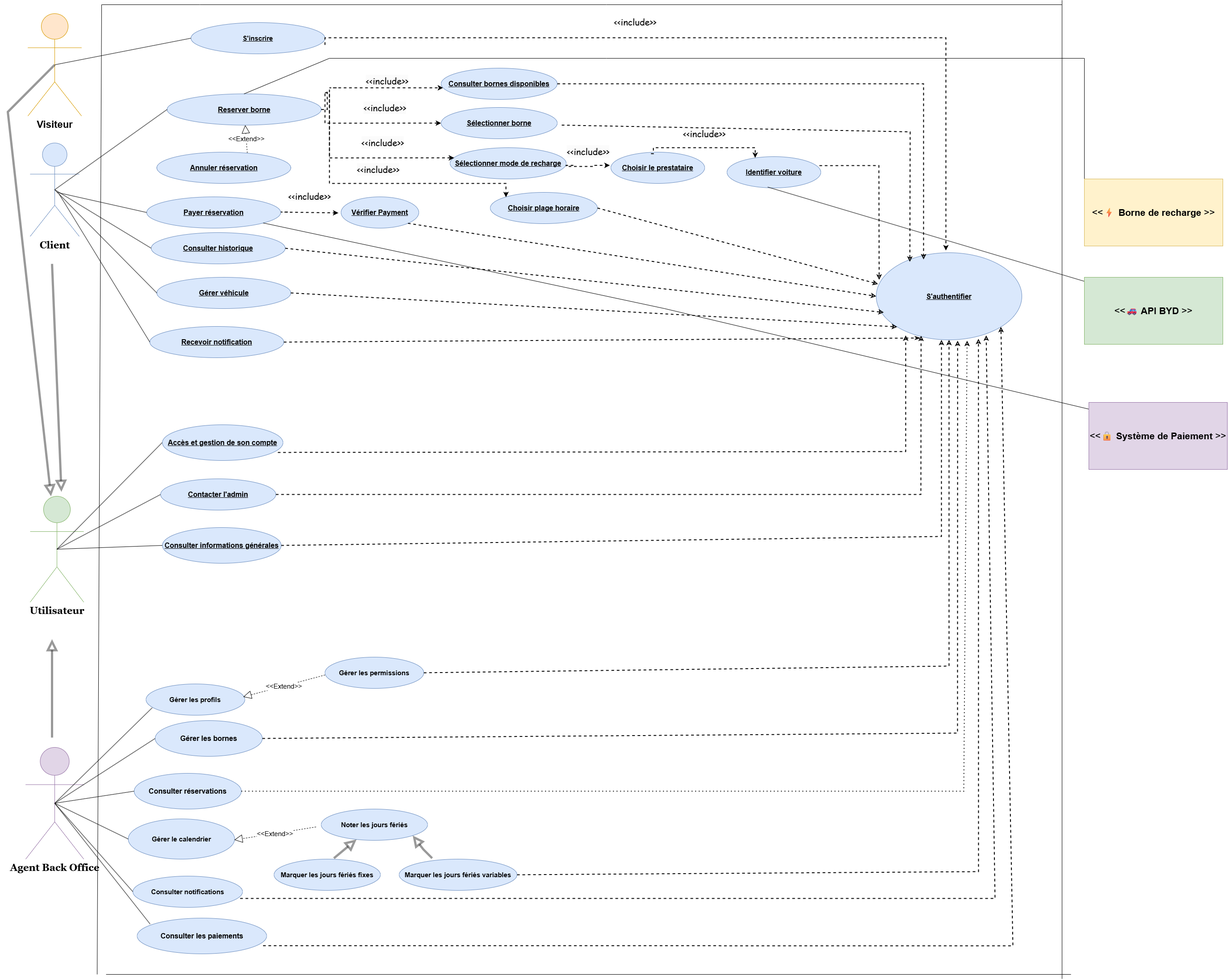
achreffakraoui/Projet-uml keeps this draw.io diagram as use case finale .drawio.png. Above is the earlier version. Source tidied: cells renumbered, new cells last; positions are measured from the earlier drawing's top-left corner, leaving out a move shared by most shapes.
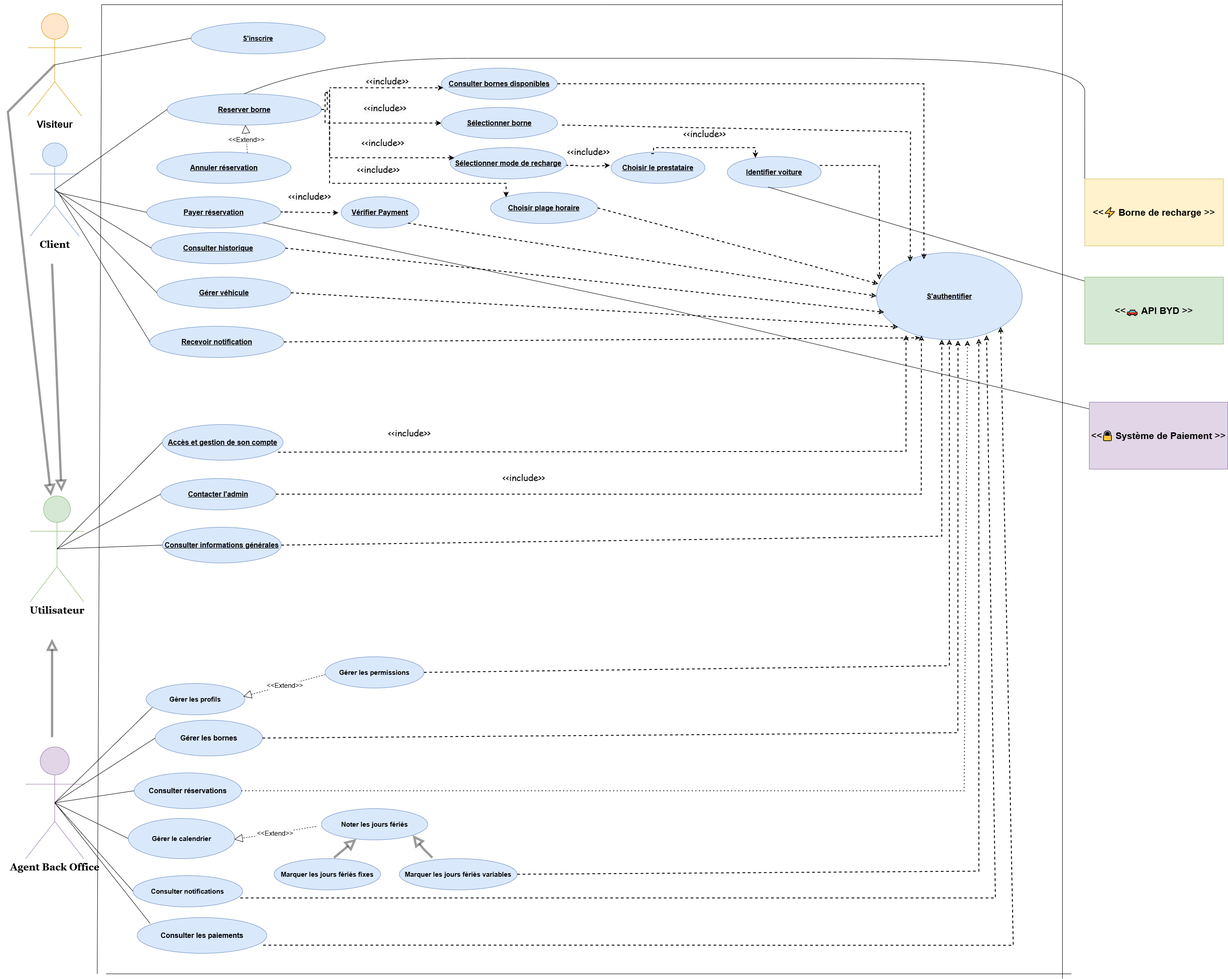
The same diagram one commit later.

Commit message:
Mettre à jour use case finale .drawio.png

Diff of the diagram source:
```diff
@@ -144,7 +144,7 @@
       </mxGeometry>
     </mxCell>
     <mxCell id="39" value="&lt;span style=&quot;color: rgb(0, 0, 0); font-style: normal; font-variant-ligatures: normal; font-variant-caps: normal; font-weight: 400; letter-spacing: normal; orphans: 2; text-indent: 0px; text-transform: none; widows: 2; word-spacing: 0px; -webkit-text-stroke-width: 0px; background-color: rgb(251, 251, 251); text-decoration-thickness: initial; text-decoration-style: initial; text-decoration-color: initial; float: none; display: inline !important;&quot;&gt;&lt;font style=&quot;font-size: 20px;&quot; face=&quot;Comic Sans MS&quot;&gt;&amp;lt;&amp;lt;include&amp;gt;&amp;gt;&lt;/font&gt;&lt;/span&gt;" style="text;whiteSpace=wrap;html=1;align=center;" parent="1" vertex="1">
-      <mxGeometry x="1340" y="30" width="130" height="50" as="geometry" />
+      <mxGeometry x="1090" y="1050" width="130" height="50" as="geometry" />
     </mxCell>
     <mxCell id="40" value="&lt;b&gt;&lt;font style=&quot;font-size: 16px;&quot;&gt;Consulter les paiements&lt;/font&gt;&lt;/b&gt;" style="ellipse;whiteSpace=wrap;html=1;fillColor=#dae8fc;strokeColor=#6c8ebf;" parent="1" vertex="1">
       <mxGeometry x="289.5" y="2054" width="290" height="80" as="geometry" />
@@ -322,7 +322,7 @@
     <mxCell id="76" value="&lt;font face=&quot;Helvetica&quot; style=&quot;font-size: 16px;&quot;&gt;&lt;b style=&quot;&quot;&gt;Vérifier Payment&lt;/b&gt;&lt;/font&gt;" style="ellipse;whiteSpace=wrap;html=1;align=center;fontStyle=4;fillColor=#dae8fc;strokeColor=#6c8ebf;" parent="1" vertex="1">
       <mxGeometry x="746" y="440" width="174" height="70" as="geometry" />
     </mxCell>
-    <mxCell id="77" style="endArrow=none;html=1;rounded=0;exitX=0;exitY=0.5;exitDx=0;exitDy=0;" parent="1" edge="1" target="21">
+    <mxCell id="77" style="endArrow=none;html=1;rounded=1;exitX=0;exitY=0.5;exitDx=0;exitDy=0;curved=0;" parent="1" edge="1" target="21">
       <mxGeometry relative="1" as="geometry">
         <mxPoint x="2420" y="915" as="sourcePoint" />
         <Array as="points">
@@ -330,33 +330,25 @@
         </Array>
       </mxGeometry>
     </mxCell>
-    <mxCell id="78" style="endArrow=none;html=1;rounded=0;exitX=0.434;exitY=0.973;exitDx=0;exitDy=0;exitPerimeter=0;" parent="1" edge="1" source="57">
+    <mxCell id="78" style="endArrow=none;html=1;rounded=0;exitX=0.434;exitY=0.973;exitDx=0;exitDy=0;exitPerimeter=0;curved=1;" parent="1" edge="1" source="57">
       <mxGeometry relative="1" as="geometry">
         <mxPoint x="2410" y="629" as="targetPoint" />
       </mxGeometry>
     </mxCell>
-    <mxCell id="79" style="endArrow=none;html=1;rounded=0;exitX=0.5;exitY=0;exitDx=0;exitDy=0;entryX=0;entryY=0.5;entryDx=0;entryDy=0;" parent="1" edge="1" source="18">
+    <mxCell id="79" style="endArrow=none;html=1;rounded=0;exitX=0.5;exitY=0;exitDx=0;exitDy=0;entryX=0;entryY=0.5;entryDx=0;entryDy=0;curved=1;" parent="1" edge="1" source="18">
       <mxGeometry relative="1" as="geometry">
         <mxPoint x="2410" y="405" as="targetPoint" />
         <Array as="points">
           <mxPoint x="720" y="130" />
           <mxPoint x="1340" y="130" />
           <mxPoint x="2410" y="130" />
+          <mxPoint x="2410" y="280" />
         </Array>
       </mxGeometry>
     </mxCell>
     <mxCell id="80" value="&lt;span style=&quot;color: rgb(0, 0, 0); font-style: normal; font-variant-ligatures: normal; font-variant-caps: normal; font-weight: 400; letter-spacing: normal; orphans: 2; text-indent: 0px; text-transform: none; widows: 2; word-spacing: 0px; -webkit-text-stroke-width: 0px; background-color: rgb(251, 251, 251); text-decoration-thickness: initial; text-decoration-style: initial; text-decoration-color: initial; float: none; display: inline !important;&quot;&gt;&lt;font style=&quot;font-size: 20px;&quot; face=&quot;Comic Sans MS&quot;&gt;&amp;lt;&amp;lt;include&amp;gt;&amp;gt;&lt;/font&gt;&lt;/span&gt;" style="text;whiteSpace=wrap;html=1;align=center;" parent="1" vertex="1">
       <mxGeometry x="610.9" y="420" width="130" height="50" as="geometry" />
     </mxCell>
-    <mxCell id="81" style="edgeStyle=orthogonalEdgeStyle;rounded=0;jettySize=auto;html=1;dashed=1;strokeWidth=2;exitX=1;exitY=0.714;exitDx=0;exitDy=0;exitPerimeter=0;" parent="1" edge="1" source="17">
-      <mxGeometry relative="1" as="geometry">
-        <mxPoint x="2100" y="560" as="targetPoint" />
-        <Array as="points">
-          <mxPoint x="710" y="84" />
-          <mxPoint x="2100" y="84" />
-        </Array>
-      </mxGeometry>
-    </mxCell>
     <mxCell id="82" style="endArrow=none;dashed=1;html=1;dashPattern=1 3;strokeWidth=3;rounded=0;strokeColor=none;" parent="1" edge="1">
       <mxGeometry relative="1" as="geometry">
         <mxPoint x="1550" y="540" as="sourcePoint" />
@@ -474,5 +466,8 @@
     <mxCell id="102" value="&lt;font style=&quot;font-size: 21px;&quot;&gt;&amp;lt;&amp;lt;🔒 &lt;strong&gt;Système de Paiement&lt;/strong&gt;&amp;nbsp;&amp;gt;&amp;gt;&lt;/font&gt;" style="html=1;whiteSpace=wrap;fillColor=#e1d5e7;strokeColor=#9673a6;" parent="1" vertex="1">
       <mxGeometry x="2420" y="900" width="310" height="150" as="geometry" />
     </mxCell>
+    <mxCell id="103" value="&lt;span style=&quot;color: rgb(0, 0, 0); font-style: normal; font-variant-ligatures: normal; font-variant-caps: normal; font-weight: 400; letter-spacing: normal; orphans: 2; text-indent: 0px; text-transform: none; widows: 2; word-spacing: 0px; -webkit-text-stroke-width: 0px; background-color: rgb(251, 251, 251); text-decoration-thickness: initial; text-decoration-style: initial; text-decoration-color: initial; float: none; display: inline !important;&quot;&gt;&lt;font style=&quot;font-size: 20px;&quot; face=&quot;Comic Sans MS&quot;&gt;&amp;lt;&amp;lt;include&amp;gt;&amp;gt;&lt;/font&gt;&lt;/span&gt;" style="text;whiteSpace=wrap;html=1;align=center;" parent="1" vertex="1">
+      <mxGeometry x="834.1" y="950" width="130" height="50" as="geometry" />
+    </mxCell>
   </root>
 </mxGraphModel>
```
